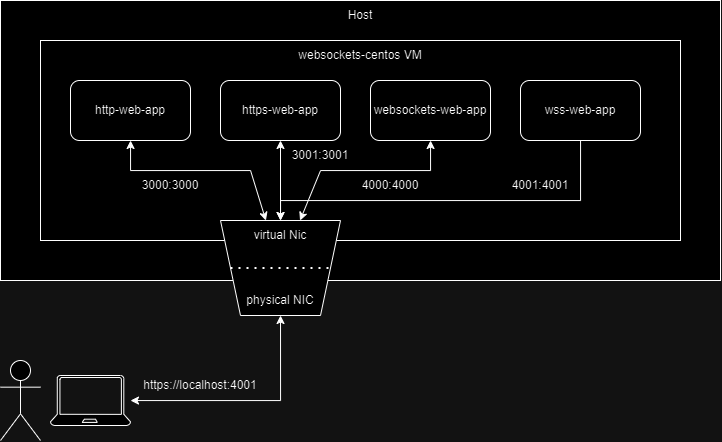
Earlier version of the draw.io export docs/websockets-diagram.drawio.png (Sh4peSh1fter/web-sockets). Source tidied: cells renumbered, new cells last; positions are measured from the earlier drawing's top-left corner, leaving out a move shared by most shapes.
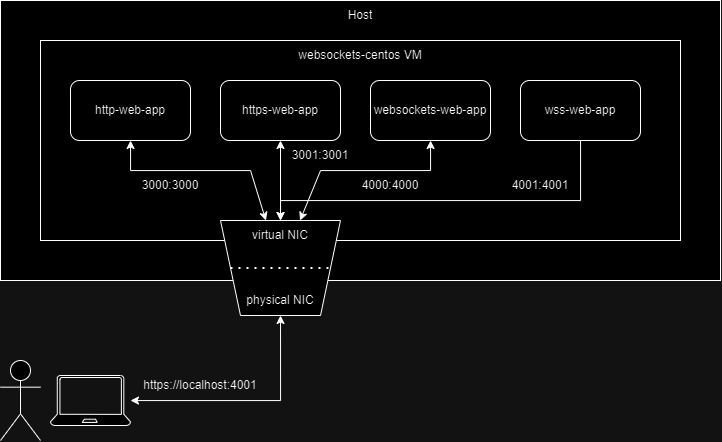
Above is the later version.

What changed in the source:
```diff
@@ -51,7 +51,7 @@
     <mxCell id="14" style="endArrow=none;dashed=1;html=1;dashPattern=1 3;strokeWidth=2;rounded=0;exitX=1;exitY=0.5;exitDx=0;exitDy=0;entryX=0;entryY=0.5;entryDx=0;entryDy=0;" parent="1" edge="1" source="12" target="12">
       <mxGeometry relative="1" as="geometry" />
     </mxCell>
-    <mxCell id="15" value="virtual Nic" style="text;html=1;align=center;verticalAlign=middle;whiteSpace=wrap;rounded=0;" parent="1" vertex="1">
+    <mxCell id="15" value="virtual NIC" style="text;html=1;align=center;verticalAlign=middle;whiteSpace=wrap;rounded=0;" parent="1" vertex="1">
       <mxGeometry x="240" y="220" width="80" height="30" as="geometry" />
     </mxCell>
     <mxCell id="16" value="3000:3000" style="text;html=1;align=center;verticalAlign=middle;whiteSpace=wrap;rounded=0;" parent="1" vertex="1">
```
